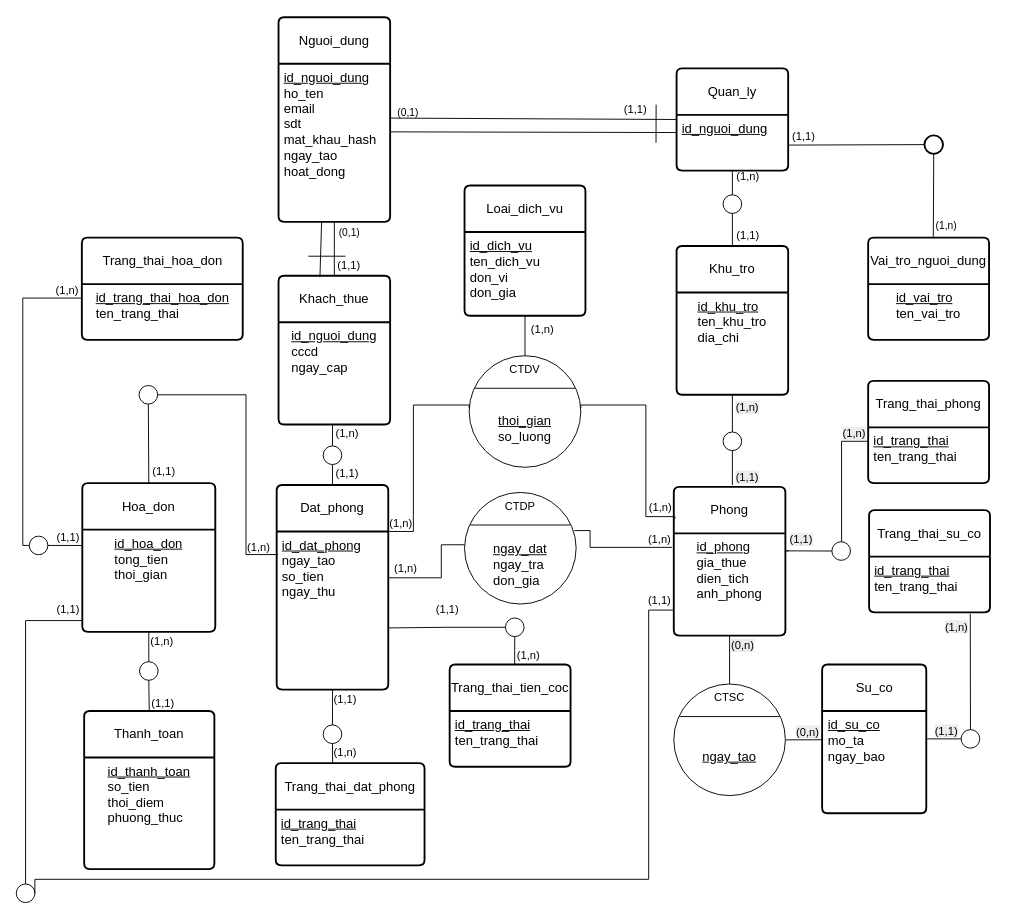
The draw.io diagram Biểu đồ không có tiêu đề.drawio in PWangR/Test, before the edit. Source tidied: cells renumbered, new cells numbered last; positions are measured from the earlier drawing's top-left corner, leaving out a move shared by most shapes. Both pictures are drawn from the tidied source at 93%, with x=0, y=0 at pixel (16, 17).
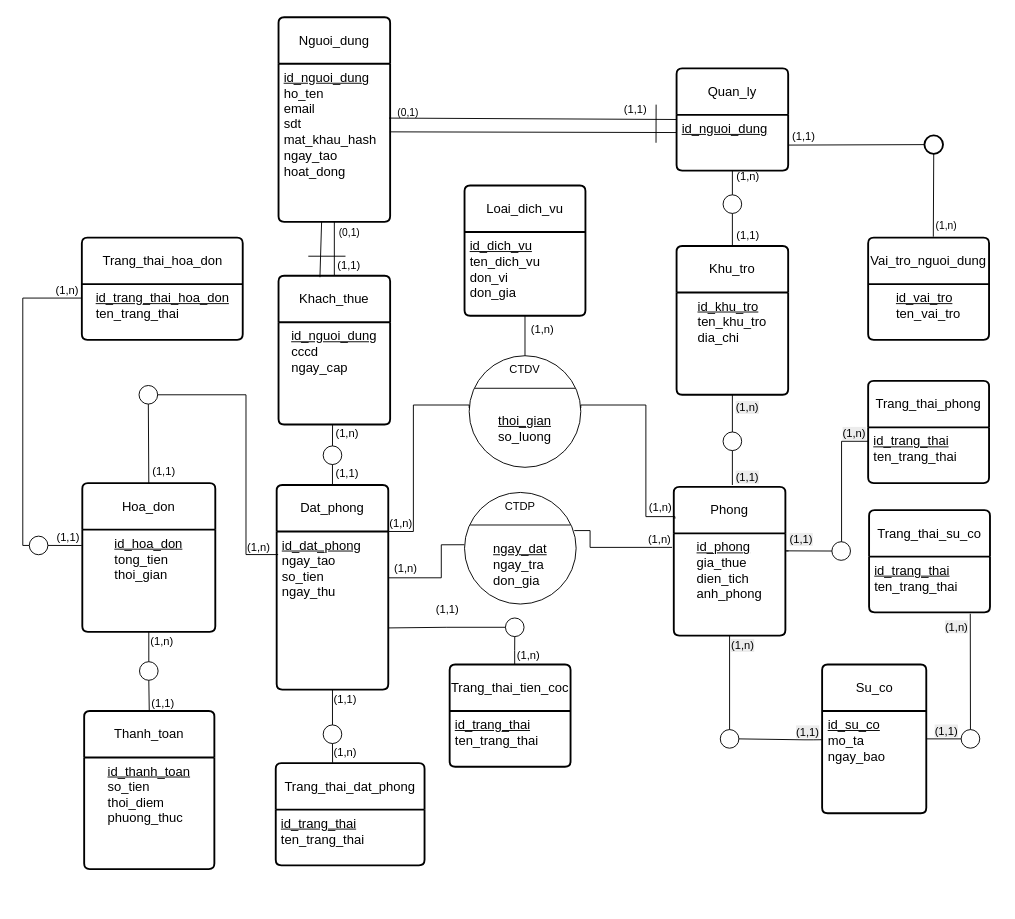
After the change.

Commit message:
Cập nhật Biểu đồ không có tiêu đề.drawio

Unchanged cells that the change refers to:
```xml
<mxCell id="12" value="&lt;div style=&quot;text-align: left;&quot;&gt;&lt;span style=&quot;font-size: 14px;&quot;&gt;&lt;u&gt;id_phong&lt;/u&gt;&lt;/span&gt;&lt;/div&gt;&lt;div style=&quot;text-align: left;&quot;&gt;&lt;span style=&quot;font-size: 14px; background-color: transparent; color: light-dark(rgb(0, 0, 0), rgb(255, 255, 255));&quot;&gt;gia_thue&lt;/span&gt;&lt;/div&gt;&lt;div style=&quot;text-align: left;&quot;&gt;&lt;span style=&quot;font-size: 14px;&quot;&gt;dien_tich&lt;/span&gt;&lt;/div&gt;&lt;div style=&quot;text-align: left;&quot;&gt;&lt;span style=&quot;font-size: 14px;&quot;&gt;anh_phong&lt;/span&gt;&lt;/div&gt;&lt;div style=&quot;text-align: left;&quot;&gt;&lt;br&gt;&lt;/div&gt;" style="align=center;strokeColor=none;fillColor=none;spacingLeft=4;spacingRight=4;fontSize=12;verticalAlign=top;html=1;whiteSpace=wrap;" parent="11" vertex="1">
  <mxGeometry y="50" width="120" height="110" as="geometry" />
</mxCell>
<mxCell id="16" value="&lt;div style=&quot;text-align: left;&quot;&gt;&lt;span style=&quot;font-size: 14px;&quot;&gt;&lt;u&gt;id_hoa_don&lt;/u&gt;&lt;/span&gt;&lt;/div&gt;&lt;div style=&quot;text-align: left;&quot;&gt;&lt;span style=&quot;background-color: transparent; color: light-dark(rgb(0, 0, 0), rgb(255, 255, 255)); font-size: 14px;&quot;&gt;tong_tien&lt;/span&gt;&lt;/div&gt;&lt;div style=&quot;text-align: left;&quot;&gt;&lt;span style=&quot;font-size: 14px;&quot;&gt;thoi_gian&lt;/span&gt;&lt;/div&gt;" style="align=center;strokeColor=none;fillColor=none;spacingLeft=4;spacingRight=4;fontSize=12;verticalAlign=top;html=1;whiteSpace=wrap;" parent="15" vertex="1">
  <mxGeometry y="50" width="143" height="110" as="geometry" />
</mxCell>
<mxCell id="32" value="&lt;div&gt;&lt;span style=&quot;font-size: 14px;&quot;&gt;&lt;u&gt;id_su_co&lt;/u&gt;&lt;/span&gt;&lt;/div&gt;&lt;div&gt;&lt;span style=&quot;font-size: 14px;&quot;&gt;mo_ta&lt;/span&gt;&lt;/div&gt;&lt;div&gt;&lt;span style=&quot;font-size: 14px;&quot;&gt;ngay_bao&lt;/span&gt;&lt;/div&gt;&lt;div&gt;&lt;br&gt;&lt;/div&gt;" style="align=left;strokeColor=none;fillColor=none;spacingLeft=4;spacingRight=4;fontSize=12;verticalAlign=top;html=1;whiteSpace=wrap;" parent="31" vertex="1">
  <mxGeometry y="50" width="112" height="110" as="geometry" />
</mxCell>
```

The edit, as a diff of the source:
```diff
@@
-    <mxCell id="93" style="ellipse;whiteSpace=wrap;html=1;fillColor=none;verticalAlign=middle;" parent="1" vertex="1">
-      <mxGeometry y="932" width="20" height="20" as="geometry" />
-    </mxCell>
-    <mxCell id="94" style="endArrow=none;html=1;rounded=0;verticalAlign=middle;entryX=0.5;entryY=0;entryDx=0;entryDy=0;edgeStyle=orthogonalEdgeStyle;exitX=-0.001;exitY=0.889;exitDx=0;exitDy=0;exitPerimeter=0;" parent="1" edge="1" source="16" target="93">
-      <mxGeometry relative="1" as="geometry" />
-    </mxCell>
-    <mxCell id="95" style="endArrow=none;html=1;rounded=0;verticalAlign=middle;entryX=0;entryY=0.75;entryDx=0;entryDy=0;edgeStyle=orthogonalEdgeStyle;exitX=1;exitY=0.5;exitDx=0;exitDy=0;" parent="1" edge="1" source="93" target="12">
-      <mxGeometry relative="1" as="geometry">
-        <Array as="points">
-          <mxPoint x="20" y="927" />
-          <mxPoint x="680" y="927" />
-          <mxPoint x="680" y="637" />
-        </Array>
-      </mxGeometry>
-    </mxCell>
-    <mxCell id="96" value="(1,1)" style="text;html=1;whiteSpace=wrap;strokeColor=none;fillColor=none;align=center;verticalAlign=middle;rounded=0;" parent="1" vertex="1">
-      <mxGeometry x="52" y="632" width="8" height="10" as="geometry" />
-    </mxCell>
-    <mxCell id="97" value="(1,1)" style="text;html=1;whiteSpace=wrap;strokeColor=none;fillColor=none;align=center;verticalAlign=middle;rounded=0;" parent="1" vertex="1">
-      <mxGeometry x="688" y="622" width="8" height="10" as="geometry" />
-    </mxCell>
@@
-    <mxCell id="106" style="shape=ellipse;horizontal=1;html=1;dashed=0;verticalAlign=middle;" parent="1" vertex="1">
-      <mxGeometry x="707" y="717" width="120" height="120" as="geometry" />
-    </mxCell>
-    <mxCell id="107" value="CTSC" style="html=1;strokeColor=none;fillColor=none;align=center;verticalAlign=middle;whiteSpace=wrap;" parent="106" vertex="1">
-      <mxGeometry width="120" height="30" as="geometry" />
-    </mxCell>
-    <mxCell id="108" style="line;strokeWidth=1;fillColor=none;labelPosition=right;dashed=0;verticalAlign=middle;" parent="106" vertex="1">
-      <mxGeometry x="6" y="30" width="108" height="10" as="geometry" />
-    </mxCell>
-    <mxCell id="109" value="&lt;div style=&quot;text-align: left;&quot;&gt;&lt;span style=&quot;font-size: 14px;&quot;&gt;&lt;u&gt;ngay_tao&lt;/u&gt;&lt;/span&gt;&lt;/div&gt;" style="text;html=1;align=center;verticalAlign=middle;fillColor=none;strokeColor=none;whiteSpace=wrap;" parent="106" vertex="1">
-      <mxGeometry y="35" width="120" height="85" as="geometry" />
-    </mxCell>
-    <mxCell id="110" style="endArrow=none;html=1;rounded=0;exitX=-0.003;exitY=0.281;exitDx=0;exitDy=0;verticalAlign=middle;entryX=1.004;entryY=0.295;entryDx=0;entryDy=0;exitPerimeter=0;entryPerimeter=0;" parent="1" edge="1" source="32" target="109">
+    <mxCell id="110" style="endArrow=none;html=1;rounded=0;exitX=-0.003;exitY=0.281;exitDx=0;exitDy=0;verticalAlign=middle;entryX=1;entryY=0.5;entryDx=0;entryDy=0;exitPerimeter=0;" parent="1" edge="1" source="32" target="131">
       <mxGeometry relative="1" as="geometry">
         <Array as="points">
           <mxPoint x="857" y="777" />
           <mxPoint x="847" y="777" />
         </Array>
       </mxGeometry>
     </mxCell>
-    <mxCell id="111" style="endArrow=none;html=1;rounded=0;exitX=0.5;exitY=0;exitDx=0;exitDy=0;verticalAlign=middle;entryX=0.5;entryY=1;entryDx=0;entryDy=0;" parent="1" edge="1" source="107" target="12">
+    <mxCell id="111" style="endArrow=none;html=1;rounded=0;exitX=0.5;exitY=0;exitDx=0;exitDy=0;verticalAlign=middle;entryX=0.5;entryY=1;entryDx=0;entryDy=0;" parent="1" edge="1" source="131" target="12">
       <mxGeometry relative="1" as="geometry" />
     </mxCell>
-    <mxCell id="112" value="&lt;span style=&quot;color: rgb(0, 0, 0); font-family: Helvetica; font-size: 12px; font-style: normal; font-variant-ligatures: normal; font-variant-caps: normal; font-weight: 400; letter-spacing: normal; orphans: 2; text-align: center; text-indent: 0px; text-transform: none; widows: 2; word-spacing: 0px; -webkit-text-stroke-width: 0px; white-space: normal; background-color: rgb(236, 236, 236); text-decoration-thickness: initial; text-decoration-style: initial; text-decoration-color: initial; float: none; display: inline !important;&quot;&gt;(0,n)&lt;/span&gt;" style="text;whiteSpace=wrap;html=1;" parent="1" vertex="1">
+    <mxCell id="112" value="&lt;span style=&quot;color: rgb(0, 0, 0); font-family: Helvetica; font-size: 12px; font-style: normal; font-variant-ligatures: normal; font-variant-caps: normal; font-weight: 400; letter-spacing: normal; orphans: 2; text-align: center; text-indent: 0px; text-transform: none; widows: 2; word-spacing: 0px; -webkit-text-stroke-width: 0px; white-space: normal; background-color: rgb(236, 236, 236); text-decoration-thickness: initial; text-decoration-style: initial; text-decoration-color: initial; float: none; display: inline !important;&quot;&gt;(1,n)&lt;/span&gt;" style="text;whiteSpace=wrap;html=1;" parent="1" vertex="1">
       <mxGeometry x="767" y="662" width="30" height="20" as="geometry" />
     </mxCell>
-    <mxCell id="113" value="&lt;span style=&quot;color: rgb(0, 0, 0); font-family: Helvetica; font-size: 12px; font-style: normal; font-variant-ligatures: normal; font-variant-caps: normal; font-weight: 400; letter-spacing: normal; orphans: 2; text-align: center; text-indent: 0px; text-transform: none; widows: 2; word-spacing: 0px; -webkit-text-stroke-width: 0px; white-space: normal; background-color: rgb(236, 236, 236); text-decoration-thickness: initial; text-decoration-style: initial; text-decoration-color: initial; float: none; display: inline !important;&quot;&gt;(0,n)&lt;/span&gt;" style="text;whiteSpace=wrap;html=1;" parent="1" vertex="1">
+    <mxCell id="113" value="&lt;span style=&quot;color: rgb(0, 0, 0); font-family: Helvetica; font-size: 12px; font-style: normal; font-variant-ligatures: normal; font-variant-caps: normal; font-weight: 400; letter-spacing: normal; orphans: 2; text-align: center; text-indent: 0px; text-transform: none; widows: 2; word-spacing: 0px; -webkit-text-stroke-width: 0px; white-space: normal; background-color: rgb(236, 236, 236); text-decoration-thickness: initial; text-decoration-style: initial; text-decoration-color: initial; float: none; display: inline !important;&quot;&gt;(1,1)&lt;/span&gt;" style="text;whiteSpace=wrap;html=1;" parent="1" vertex="1">
       <mxGeometry x="837" y="755" width="30" height="20" as="geometry" />
     </mxCell>
@@
+    <mxCell id="131" style="ellipse;whiteSpace=wrap;html=1;fillColor=none;verticalAlign=middle;" parent="1" vertex="1">
+      <mxGeometry x="757" y="766" width="20" height="20" as="geometry" />
+    </mxCell>
```
